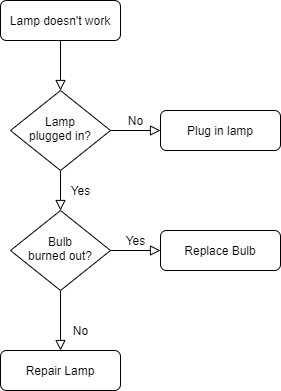
Before: Untitled Diagram.drawio.png, a diagram exported from draw.io (lyhmay/-). Source tidied: cells renumbered, new cells last; positions are measured from the earlier drawing's top-left corner, leaving out a move shared by most shapes.
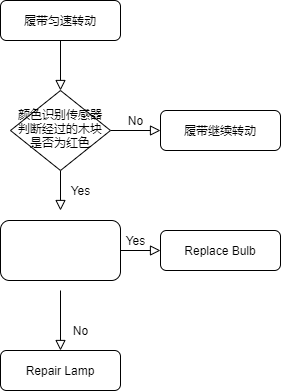
After the commit.

The edit, as a diff of the source:
```diff
@@ -5,35 +5,41 @@
     <mxCell id="2" style="rounded=0;html=1;jettySize=auto;fontSize=11;endArrow=block;endFill=0;endSize=8;strokeWidth=1;shadow=0;labelBackgroundColor=none;edgeStyle=orthogonalEdgeStyle;" parent="1" edge="1" source="3" target="6">
       <mxGeometry relative="1" as="geometry" />
     </mxCell>
-    <mxCell id="3" value="Lamp doesn't work" style="rounded=1;whiteSpace=wrap;html=1;fontSize=12;glass=0;strokeWidth=1;shadow=0;" parent="1" vertex="1">
+    <mxCell id="3" value="履带匀速转动" style="rounded=1;whiteSpace=wrap;html=1;fontSize=12;glass=0;strokeWidth=1;shadow=0;" parent="1" vertex="1">
       <mxGeometry width="120" height="40" as="geometry" />
     </mxCell>
-    <mxCell id="4" value="Yes" style="rounded=0;html=1;jettySize=auto;fontSize=11;endArrow=block;endFill=0;endSize=8;strokeWidth=1;shadow=0;labelBackgroundColor=none;edgeStyle=orthogonalEdgeStyle;" parent="1" edge="1" source="6" target="10">
-      <mxGeometry y="20" relative="1" as="geometry" />
+    <mxCell id="4" value="Yes" style="rounded=0;html=1;jettySize=auto;fontSize=11;endArrow=block;endFill=0;endSize=8;strokeWidth=1;shadow=0;labelBackgroundColor=none;edgeStyle=orthogonalEdgeStyle;" parent="1" edge="1" source="6">
+      <mxGeometry y="20" relative="1" as="geometry">
+        <mxPoint x="60" y="210" as="targetPoint" />
+      </mxGeometry>
     </mxCell>
     <mxCell id="5" value="No" style="edgeStyle=orthogonalEdgeStyle;rounded=0;html=1;jettySize=auto;fontSize=11;endArrow=block;endFill=0;endSize=8;strokeWidth=1;shadow=0;labelBackgroundColor=none;" parent="1" edge="1" source="6" target="7">
       <mxGeometry y="10" relative="1" as="geometry" />
     </mxCell>
-    <mxCell id="6" value="Lamp&lt;br&gt;plugged in?" style="rhombus;whiteSpace=wrap;html=1;shadow=0;fontFamily=Helvetica;fontSize=12;align=center;strokeWidth=1;spacing=6;spacingTop=-4;" parent="1" vertex="1">
+    <mxCell id="6" value="颜色识别传感器判断经过的木块是否为红色" style="rhombus;whiteSpace=wrap;html=1;shadow=0;fontFamily=Helvetica;fontSize=12;align=center;strokeWidth=1;spacing=6;spacingTop=-4;" parent="1" vertex="1">
       <mxGeometry x="10" y="90" width="100" height="80" as="geometry" />
     </mxCell>
-    <mxCell id="7" value="Plug in lamp" style="rounded=1;whiteSpace=wrap;html=1;fontSize=12;glass=0;strokeWidth=1;shadow=0;" parent="1" vertex="1">
+    <mxCell id="7" value="履带继续转动" style="rounded=1;whiteSpace=wrap;html=1;fontSize=12;glass=0;strokeWidth=1;shadow=0;" parent="1" vertex="1">
       <mxGeometry x="160" y="110" width="120" height="40" as="geometry" />
     </mxCell>
-    <mxCell id="8" value="No" style="rounded=0;html=1;jettySize=auto;fontSize=11;endArrow=block;endFill=0;endSize=8;strokeWidth=1;shadow=0;labelBackgroundColor=none;edgeStyle=orthogonalEdgeStyle;" parent="1" edge="1" source="10" target="11">
-      <mxGeometry x="0.33" y="20" relative="1" as="geometry" />
+    <mxCell id="8" value="No" style="rounded=0;html=1;jettySize=auto;fontSize=11;endArrow=block;endFill=0;endSize=8;strokeWidth=1;shadow=0;labelBackgroundColor=none;edgeStyle=orthogonalEdgeStyle;" parent="1" edge="1" target="11">
+      <mxGeometry x="0.33" y="20" relative="1" as="geometry">
+        <mxPoint x="60" y="290" as="sourcePoint" />
+      </mxGeometry>
     </mxCell>
-    <mxCell id="9" value="Yes" style="edgeStyle=orthogonalEdgeStyle;rounded=0;html=1;jettySize=auto;fontSize=11;endArrow=block;endFill=0;endSize=8;strokeWidth=1;shadow=0;labelBackgroundColor=none;" parent="1" edge="1" source="10" target="12">
-      <mxGeometry y="10" relative="1" as="geometry" />
+    <mxCell id="9" value="Yes" style="edgeStyle=orthogonalEdgeStyle;rounded=0;html=1;jettySize=auto;fontSize=11;endArrow=block;endFill=0;endSize=8;strokeWidth=1;shadow=0;labelBackgroundColor=none;" parent="1" edge="1" target="12">
+      <mxGeometry y="10" relative="1" as="geometry">
+        <mxPoint x="110" y="250" as="sourcePoint" />
+      </mxGeometry>
     </mxCell>
-    <mxCell id="10" value="Bulb&lt;br&gt;burned out?" style="rhombus;whiteSpace=wrap;html=1;shadow=0;fontFamily=Helvetica;fontSize=12;align=center;strokeWidth=1;spacing=6;spacingTop=-4;" parent="1" vertex="1">
-      <mxGeometry x="10" y="210" width="100" height="80" as="geometry" />
-    </mxCell>
     <mxCell id="11" value="Repair Lamp" style="rounded=1;whiteSpace=wrap;html=1;fontSize=12;glass=0;strokeWidth=1;shadow=0;" parent="1" vertex="1">
       <mxGeometry y="350" width="120" height="40" as="geometry" />
     </mxCell>
     <mxCell id="12" value="Replace Bulb" style="rounded=1;whiteSpace=wrap;html=1;fontSize=12;glass=0;strokeWidth=1;shadow=0;" parent="1" vertex="1">
       <mxGeometry x="160" y="230" width="120" height="40" as="geometry" />
     </mxCell>
+    <mxCell id="13" style="rounded=1;whiteSpace=wrap;html=1;" parent="1" vertex="1">
+      <mxGeometry y="220" width="120" height="60" as="geometry" />
+    </mxCell>
   </root>
 </mxGraphModel>
```
